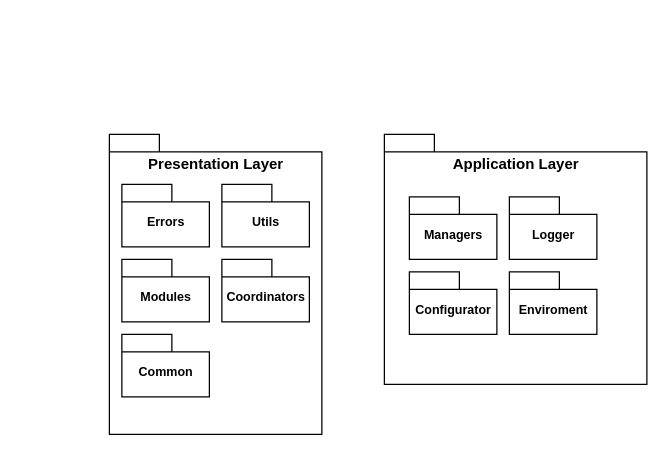
Before: page "Layers" (1 of 2) of NG.drawio in Leonif/diagrams, a draw.io diagram. Source tidied: cells renumbered, new cells numbered last; positions are measured from the earlier drawing's top-left corner, leaving out a move shared by most shapes. Both pictures are drawn from the tidied source at 125%, with x=0, y=0 at pixel (109, 134).
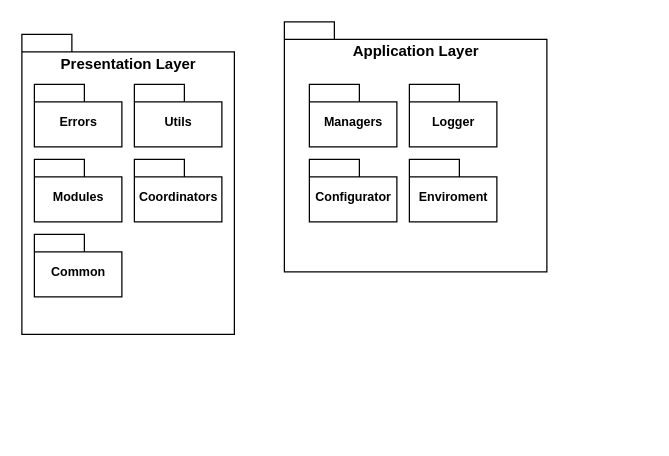
The same page after the edit.

Diff of the diagram source:
```diff
@@
 <mxGraphModel>
   <root>
     <mxCell id="0" />
     <mxCell id="1" parent="0" />
+    <mxCell id="13" style="group;" parent="1" vertex="1">
+      <mxGeometry x="-70" y="-80" width="170" height="240" as="geometry" />
+    </mxCell>
-    <mxCell id="2" value="Presentation Layer" style="shape=folder;fontStyle=1;spacingTop=10;tabWidth=40;tabHeight=14;tabPosition=left;html=1;verticalAlign=top;" parent="1" vertex="1">
+    <mxCell id="2" value="Presentation Layer" style="shape=folder;fontStyle=1;spacingTop=10;tabWidth=40;tabHeight=14;tabPosition=left;html=1;verticalAlign=top;" parent="13" vertex="1">
       <mxGeometry width="170" height="240" as="geometry" />
     </mxCell>
-    <mxCell id="3" value="Errors" style="shape=folder;fontStyle=1;spacingTop=10;tabWidth=40;tabHeight=14;tabPosition=left;html=1;fontSize=10;" parent="1" vertex="1">
+    <mxCell id="3" value="Errors" style="shape=folder;fontStyle=1;spacingTop=10;tabWidth=40;tabHeight=14;tabPosition=left;html=1;fontSize=10;" parent="13" vertex="1">
       <mxGeometry x="10" y="40" width="70" height="50" as="geometry" />
     </mxCell>
+    <mxCell id="9" value="Utils" style="shape=folder;fontStyle=1;spacingTop=10;tabWidth=40;tabHeight=14;tabPosition=left;html=1;fontSize=10;" parent="13" vertex="1">
+      <mxGeometry x="90" y="40" width="70" height="50" as="geometry" />
+    </mxCell>
+    <mxCell id="10" value="Coordinators" style="shape=folder;fontStyle=1;spacingTop=10;tabWidth=40;tabHeight=14;tabPosition=left;html=1;fontSize=10;" parent="13" vertex="1">
+      <mxGeometry x="90" y="100" width="70" height="50" as="geometry" />
+    </mxCell>
+    <mxCell id="11" value="Modules" style="shape=folder;fontStyle=1;spacingTop=10;tabWidth=40;tabHeight=14;tabPosition=left;html=1;fontSize=10;" parent="13" vertex="1">
+      <mxGeometry x="10" y="100" width="70" height="50" as="geometry" />
+    </mxCell>
+    <mxCell id="12" value="Common" style="shape=folder;fontStyle=1;spacingTop=10;tabWidth=40;tabHeight=14;tabPosition=left;html=1;fontSize=10;" parent="13" vertex="1">
+      <mxGeometry x="10" y="160" width="70" height="50" as="geometry" />
+    </mxCell>
+    <mxCell id="14" style="group;" parent="1" vertex="1">
+      <mxGeometry x="140" y="-90" width="210" height="200" as="geometry" />
+    </mxCell>
-    <mxCell id="4" value="Application Layer" style="shape=folder;fontStyle=1;spacingTop=10;tabWidth=40;tabHeight=14;tabPosition=left;html=1;verticalAlign=top;" parent="1" vertex="1">
-      <mxGeometry x="220" width="210" height="200" as="geometry" />
+    <mxCell id="4" value="Application Layer" style="shape=folder;fontStyle=1;spacingTop=10;tabWidth=40;tabHeight=14;tabPosition=left;html=1;verticalAlign=top;" parent="14" vertex="1">
+      <mxGeometry width="210" height="200" as="geometry" />
     </mxCell>
-    <mxCell id="5" value="Managers" style="shape=folder;fontStyle=1;spacingTop=10;tabWidth=40;tabHeight=14;tabPosition=left;html=1;fontSize=10;" parent="1" vertex="1">
-      <mxGeometry x="240" y="50" width="70" height="50" as="geometry" />
+    <mxCell id="5" value="Managers" style="shape=folder;fontStyle=1;spacingTop=10;tabWidth=40;tabHeight=14;tabPosition=left;html=1;fontSize=10;" parent="14" vertex="1">
+      <mxGeometry x="20" y="50" width="70" height="50" as="geometry" />
     </mxCell>
-    <mxCell id="6" value="Logger" style="shape=folder;fontStyle=1;spacingTop=10;tabWidth=40;tabHeight=14;tabPosition=left;html=1;fontSize=10;" parent="1" vertex="1">
-      <mxGeometry x="320" y="50" width="70" height="50" as="geometry" />
+    <mxCell id="6" value="Logger" style="shape=folder;fontStyle=1;spacingTop=10;tabWidth=40;tabHeight=14;tabPosition=left;html=1;fontSize=10;" parent="14" vertex="1">
+      <mxGeometry x="100" y="50" width="70" height="50" as="geometry" />
     </mxCell>
-    <mxCell id="7" value="Enviroment" style="shape=folder;fontStyle=1;spacingTop=10;tabWidth=40;tabHeight=14;tabPosition=left;html=1;fontSize=10;" parent="1" vertex="1">
-      <mxGeometry x="320" y="110" width="70" height="50" as="geometry" />
+    <mxCell id="7" value="Enviroment" style="shape=folder;fontStyle=1;spacingTop=10;tabWidth=40;tabHeight=14;tabPosition=left;html=1;fontSize=10;" parent="14" vertex="1">
+      <mxGeometry x="100" y="110" width="70" height="50" as="geometry" />
     </mxCell>
-    <mxCell id="8" value="Configurator" style="shape=folder;fontStyle=1;spacingTop=10;tabWidth=40;tabHeight=14;tabPosition=left;html=1;fontSize=10;" parent="1" vertex="1">
-      <mxGeometry x="240" y="110" width="70" height="50" as="geometry" />
+    <mxCell id="8" value="Configurator" style="shape=folder;fontStyle=1;spacingTop=10;tabWidth=40;tabHeight=14;tabPosition=left;html=1;fontSize=10;" parent="14" vertex="1">
+      <mxGeometry x="20" y="110" width="70" height="50" as="geometry" />
     </mxCell>
-    <mxCell id="9" value="Utils" style="shape=folder;fontStyle=1;spacingTop=10;tabWidth=40;tabHeight=14;tabPosition=left;html=1;fontSize=10;" parent="1" vertex="1">
-      <mxGeometry x="90" y="40" width="70" height="50" as="geometry" />
-    </mxCell>
-    <mxCell id="10" value="Coordinators" style="shape=folder;fontStyle=1;spacingTop=10;tabWidth=40;tabHeight=14;tabPosition=left;html=1;fontSize=10;" parent="1" vertex="1">
-      <mxGeometry x="90" y="100" width="70" height="50" as="geometry" />
-    </mxCell>
-    <mxCell id="11" value="Modules" style="shape=folder;fontStyle=1;spacingTop=10;tabWidth=40;tabHeight=14;tabPosition=left;html=1;fontSize=10;" parent="1" vertex="1">
-      <mxGeometry x="10" y="100" width="70" height="50" as="geometry" />
-    </mxCell>
-    <mxCell id="12" value="Common" style="shape=folder;fontStyle=1;spacingTop=10;tabWidth=40;tabHeight=14;tabPosition=left;html=1;fontSize=10;" parent="1" vertex="1">
-      <mxGeometry x="10" y="160" width="70" height="50" as="geometry" />
-    </mxCell>
   </root>
 </mxGraphModel>
```
